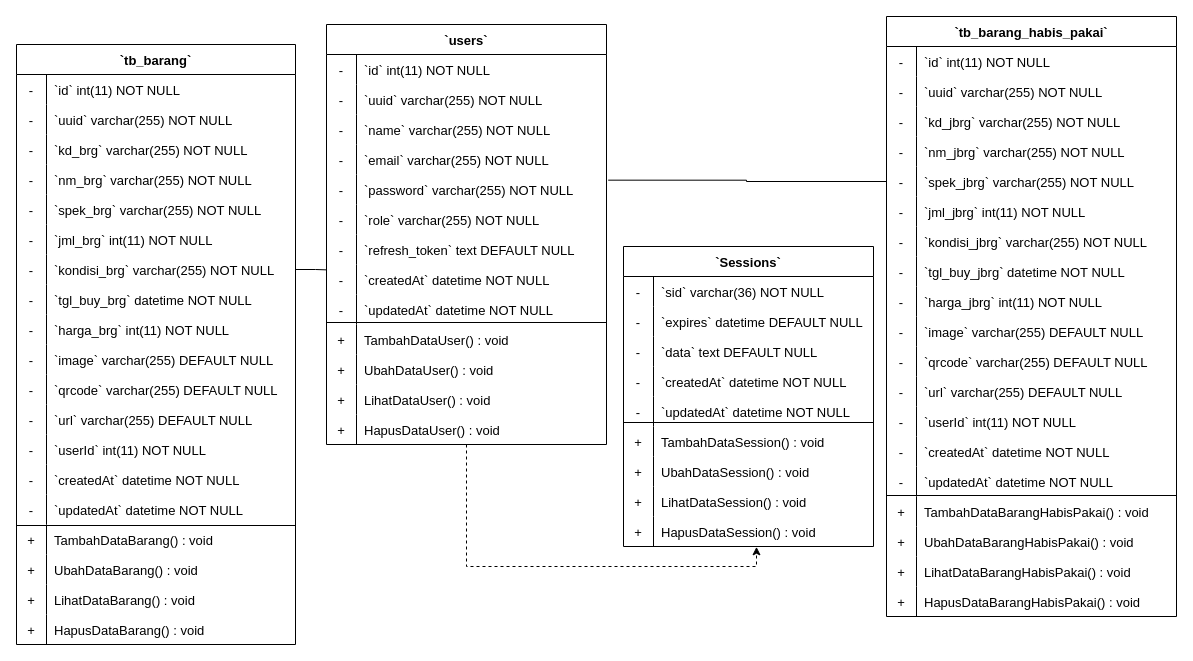
The draw.io diagram Class Diagram.drawio in wahyupambudi/skripsi-skom, before the edit. Source tidied: cells renumbered, new cells numbered last; positions are measured from the earlier drawing's top-left corner, leaving out a move shared by most shapes. Both pictures are drawn from the tidied source at 100%, with x=0, y=0 at pixel (16, 16).
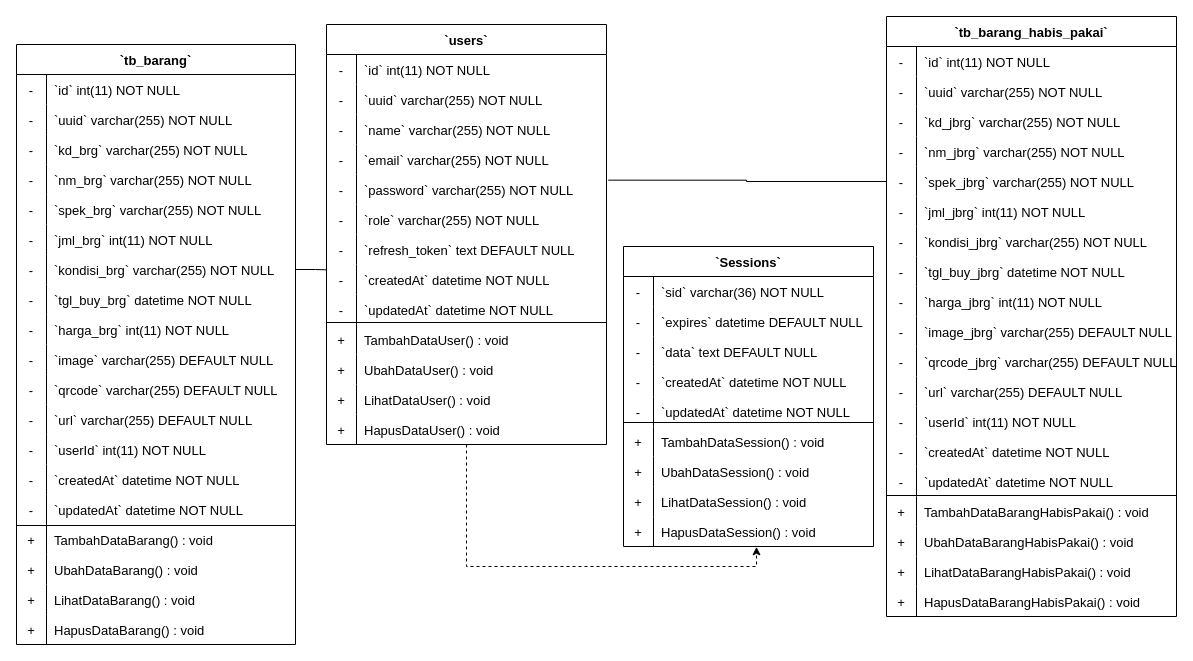
Above is the later version.

The change refers to these unchanged cells:
```xml
<mxCell id="129" style="shape=tableRow;horizontal=0;startSize=0;swimlaneHead=0;swimlaneBody=0;fillColor=none;strokeColor=inherit;top=0;left=0;right=0;bottom=0;fontSize=13;" parent="101" vertex="1">
  <mxGeometry y="300" width="290" height="30" as="geometry" />
</mxCell>
<mxCell id="132" style="shape=tableRow;horizontal=0;startSize=0;swimlaneHead=0;swimlaneBody=0;fillColor=none;strokeColor=inherit;top=0;left=0;right=0;bottom=0;fontSize=13;" parent="101" vertex="1">
  <mxGeometry y="330" width="290" height="30" as="geometry" />
</mxCell>
```

Diff of the diagram source:
```diff
@@
-    <mxCell id="131" value="`image` varchar(255) DEFAULT NULL" style="shape=partialRectangle;overflow=hidden;fillColor=none;align=left;strokeColor=inherit;top=0;left=0;bottom=0;right=0;spacingLeft=6;fontSize=13;" parent="129" vertex="1">
+    <mxCell id="131" value="`image_jbrg` varchar(255) DEFAULT NULL" style="shape=partialRectangle;overflow=hidden;fillColor=none;align=left;strokeColor=inherit;top=0;left=0;bottom=0;right=0;spacingLeft=6;fontSize=13;" parent="129" vertex="1">
       <mxGeometry x="30" width="260" height="30" as="geometry" />
     </mxCell>
@@
-    <mxCell id="134" value="`qrcode` varchar(255) DEFAULT NULL" style="shape=partialRectangle;overflow=hidden;fillColor=none;align=left;strokeColor=inherit;top=0;left=0;bottom=0;right=0;spacingLeft=6;fontSize=13;" parent="132" vertex="1">
+    <mxCell id="134" value="`qrcode_jbrg` varchar(255) DEFAULT NULL" style="shape=partialRectangle;overflow=hidden;fillColor=none;align=left;strokeColor=inherit;top=0;left=0;bottom=0;right=0;spacingLeft=6;fontSize=13;" parent="132" vertex="1">
       <mxGeometry x="30" width="260" height="30" as="geometry" />
     </mxCell>
```
